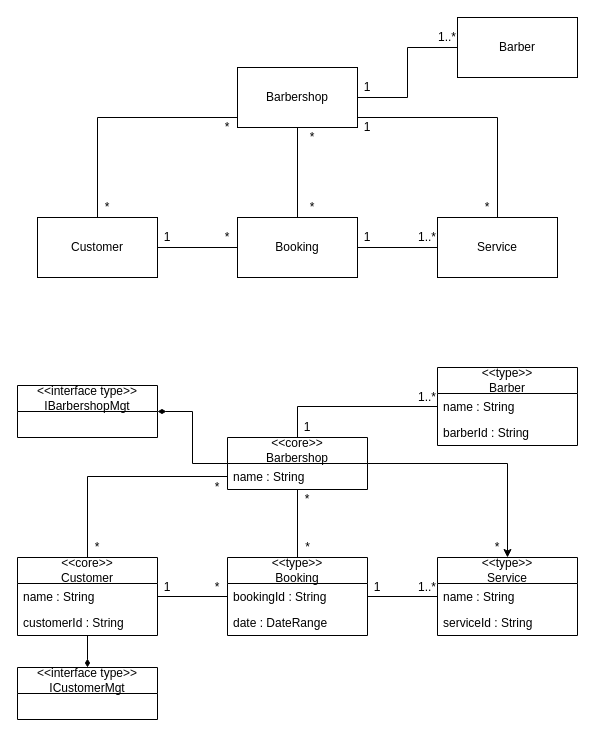
Above: Diagram/Untitled Diagram.drawio in zafran72/sistem-booking-barbershop (draw.io), before the change. Source tidied: cells renumbered, new cells numbered last; positions are measured from the earlier drawing's top-left corner, leaving out a move shared by most shapes. Both pictures are drawn from the tidied source at 100%, with x=0, y=0 at pixel (17, 17).
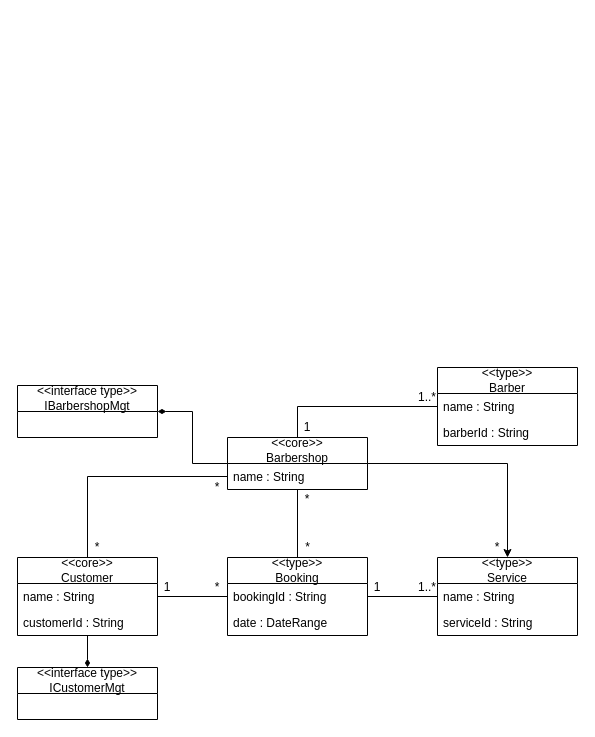
Above is the later version.

What changed in the source:
```diff
@@
-    <mxCell id="2" style="edgeStyle=orthogonalEdgeStyle;rounded=0;jettySize=auto;html=1;endArrow=none;endFill=0;" parent="1" edge="1" source="6" target="9">
-      <mxGeometry relative="1" as="geometry" />
-    </mxCell>
-    <mxCell id="3" style="edgeStyle=orthogonalEdgeStyle;rounded=0;jettySize=auto;html=1;exitX=1;exitY=0.5;exitDx=0;exitDy=0;entryX=0;entryY=0.5;entryDx=0;entryDy=0;endArrow=none;endFill=0;" parent="1" edge="1" source="6" target="12">
-      <mxGeometry relative="1" as="geometry" />
-    </mxCell>
-    <mxCell id="4" style="edgeStyle=orthogonalEdgeStyle;rounded=0;jettySize=auto;html=1;endArrow=none;endFill=0;" parent="1" edge="1" source="6" target="11">
-      <mxGeometry relative="1" as="geometry">
-        <Array as="points">
-          <mxPoint x="80" y="100" />
-        </Array>
-      </mxGeometry>
-    </mxCell>
-    <mxCell id="5" style="edgeStyle=orthogonalEdgeStyle;rounded=0;jettySize=auto;html=1;endArrow=none;endFill=0;" parent="1" edge="1" source="6" target="10">
-      <mxGeometry relative="1" as="geometry">
-        <Array as="points">
-          <mxPoint x="480" y="100" />
-        </Array>
-      </mxGeometry>
-    </mxCell>
-    <mxCell id="6" value="Barbershop" style="rounded=0;whiteSpace=wrap;html=1;fillColor=none;fontStyle=0;startSize=26;" parent="1" vertex="1">
-      <mxGeometry x="220" y="50" width="120" height="60" as="geometry" />
-    </mxCell>
-    <mxCell id="7" style="edgeStyle=orthogonalEdgeStyle;rounded=0;jettySize=auto;html=1;exitX=0;exitY=0.5;exitDx=0;exitDy=0;entryX=1;entryY=0.5;entryDx=0;entryDy=0;endArrow=none;endFill=0;" parent="1" edge="1" source="9" target="11">
-      <mxGeometry relative="1" as="geometry" />
-    </mxCell>
-    <mxCell id="8" style="edgeStyle=orthogonalEdgeStyle;rounded=0;jettySize=auto;html=1;exitX=1;exitY=0.5;exitDx=0;exitDy=0;entryX=0;entryY=0.5;entryDx=0;entryDy=0;endArrow=none;endFill=0;" parent="1" edge="1" source="9" target="10">
-      <mxGeometry relative="1" as="geometry" />
-    </mxCell>
-    <mxCell id="9" value="Booking" style="rounded=0;whiteSpace=wrap;html=1;" parent="1" vertex="1">
-      <mxGeometry x="220" y="200" width="120" height="60" as="geometry" />
-    </mxCell>
-    <mxCell id="10" value="Service" style="rounded=0;whiteSpace=wrap;html=1;" parent="1" vertex="1">
-      <mxGeometry x="420" y="200" width="120" height="60" as="geometry" />
-    </mxCell>
-    <mxCell id="11" value="Customer" style="rounded=0;whiteSpace=wrap;html=1;" parent="1" vertex="1">
-      <mxGeometry x="20" y="200" width="120" height="60" as="geometry" />
-    </mxCell>
-    <mxCell id="12" value="Barber" style="rounded=0;whiteSpace=wrap;html=1;" parent="1" vertex="1">
-      <mxGeometry x="440" width="120" height="60" as="geometry" />
-    </mxCell>
-    <mxCell id="13" value="1" style="text;html=1;strokeColor=none;fillColor=none;align=center;verticalAlign=middle;whiteSpace=wrap;rounded=0;" parent="1" vertex="1">
-      <mxGeometry x="340" y="60" width="20" height="20" as="geometry" />
-    </mxCell>
-    <mxCell id="14" value="1..*" style="text;html=1;strokeColor=none;fillColor=none;align=center;verticalAlign=middle;whiteSpace=wrap;rounded=0;" parent="1" vertex="1">
-      <mxGeometry x="420" y="10" width="20" height="20" as="geometry" />
-    </mxCell>
-    <mxCell id="15" value="*" style="text;html=1;strokeColor=none;fillColor=none;align=center;verticalAlign=middle;whiteSpace=wrap;rounded=0;" parent="1" vertex="1">
-      <mxGeometry x="285" y="110" width="20" height="20" as="geometry" />
-    </mxCell>
-    <mxCell id="16" value="*" style="text;html=1;strokeColor=none;fillColor=none;align=center;verticalAlign=middle;whiteSpace=wrap;rounded=0;" parent="1" vertex="1">
-      <mxGeometry x="285" y="180" width="20" height="20" as="geometry" />
-    </mxCell>
-    <mxCell id="17" value="1" style="text;html=1;strokeColor=none;fillColor=none;align=center;verticalAlign=middle;whiteSpace=wrap;rounded=0;" parent="1" vertex="1">
-      <mxGeometry x="140" y="210" width="20" height="20" as="geometry" />
-    </mxCell>
-    <mxCell id="18" value="*" style="text;html=1;strokeColor=none;fillColor=none;align=center;verticalAlign=middle;whiteSpace=wrap;rounded=0;" parent="1" vertex="1">
-      <mxGeometry x="200" y="210" width="20" height="20" as="geometry" />
-    </mxCell>
-    <mxCell id="19" value="1" style="text;html=1;strokeColor=none;fillColor=none;align=center;verticalAlign=middle;whiteSpace=wrap;rounded=0;" parent="1" vertex="1">
-      <mxGeometry x="340" y="210" width="20" height="20" as="geometry" />
-    </mxCell>
-    <mxCell id="20" value="1..*" style="text;html=1;strokeColor=none;fillColor=none;align=center;verticalAlign=middle;whiteSpace=wrap;rounded=0;" parent="1" vertex="1">
-      <mxGeometry x="400" y="210" width="20" height="20" as="geometry" />
-    </mxCell>
-    <mxCell id="21" value="*" style="text;html=1;strokeColor=none;fillColor=none;align=center;verticalAlign=middle;whiteSpace=wrap;rounded=0;" parent="1" vertex="1">
-      <mxGeometry x="200" y="100" width="20" height="20" as="geometry" />
-    </mxCell>
-    <mxCell id="22" value="*" style="text;html=1;strokeColor=none;fillColor=none;align=center;verticalAlign=middle;whiteSpace=wrap;rounded=0;" parent="1" vertex="1">
-      <mxGeometry x="80" y="180" width="20" height="20" as="geometry" />
-    </mxCell>
-    <mxCell id="23" value="1" style="text;html=1;strokeColor=none;fillColor=none;align=center;verticalAlign=middle;whiteSpace=wrap;rounded=0;" parent="1" vertex="1">
-      <mxGeometry x="340" y="100" width="20" height="20" as="geometry" />
-    </mxCell>
-    <mxCell id="24" value="*" style="text;html=1;strokeColor=none;fillColor=none;align=center;verticalAlign=middle;whiteSpace=wrap;rounded=0;" parent="1" vertex="1">
-      <mxGeometry x="460" y="180" width="20" height="20" as="geometry" />
-    </mxCell>
```
